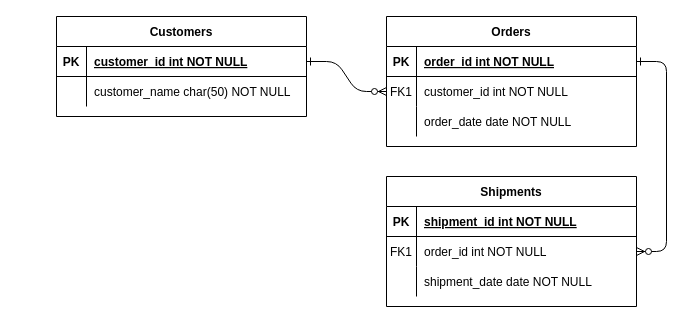
OrzCoCo-Y/AzeWHv.Form keeps this draw.io diagram as azewhv.drawio. Above is the earlier version. Source tidied: cells renumbered, new cells numbered last; positions are measured from the earlier drawing's top-left corner, leaving out a move shared by most shapes. Both pictures are drawn from the tidied source at 100%, with x=0, y=0 at pixel (56, 16).
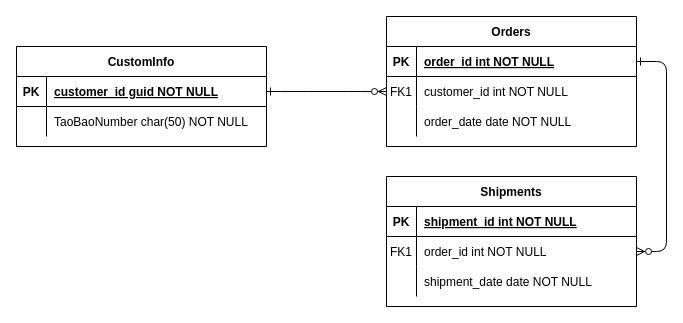
The same diagram, later.

The change refers to these unchanged cells:
```xml
<mxCell id="25" style="shape=partialRectangle;fillColor=none;points=[[0,0.5],[1,0.5]];portConstraint=eastwest;top=0;left=0;right=0;bottom=1;" parent="24" vertex="1">
  <mxGeometry y="30" width="250" height="30" as="geometry" />
</mxCell>
<mxCell id="28" style="shape=partialRectangle;fillColor=none;top=0;left=0;right=0;bottom=0;" parent="24" vertex="1">
  <mxGeometry y="60" width="250" height="30" as="geometry" />
</mxCell>
```

What changed in the source:
```diff
@@
-    <mxCell id="24" value="Customers" style="shape=table;startSize=30;childLayout=tableLayout;rowLines=0;fontStyle=1;align=center;" parent="1" vertex="1">
-      <mxGeometry width="250" height="100" as="geometry" />
+    <mxCell id="24" value="CustomInfo" style="shape=table;startSize=30;childLayout=tableLayout;rowLines=0;fontStyle=1;align=center;" parent="1" vertex="1">
+      <mxGeometry x="-40" y="30" width="250" height="100" as="geometry" />
     </mxCell>
@@
-    <mxCell id="27" value="customer_id int NOT NULL " style="shape=partialRectangle;overflow=hidden;fillColor=none;top=0;left=0;bottom=0;right=0;align=left;spacingLeft=6;fontStyle=5;" parent="25" vertex="1">
+    <mxCell id="27" value="customer_id guid NOT NULL " style="shape=partialRectangle;overflow=hidden;fillColor=none;top=0;left=0;bottom=0;right=0;align=left;spacingLeft=6;fontStyle=5;" parent="25" vertex="1">
       <mxGeometry x="30" width="220" height="30" as="geometry" />
     </mxCell>
@@
-    <mxCell id="30" value="customer_name char(50) NOT NULL" style="shape=partialRectangle;overflow=hidden;fillColor=none;top=0;left=0;bottom=0;right=0;align=left;spacingLeft=6;" parent="28" vertex="1">
+    <mxCell id="30" value="TaoBaoNumber char(50) NOT NULL" style="shape=partialRectangle;overflow=hidden;fillColor=none;top=0;left=0;bottom=0;right=0;align=left;spacingLeft=6;" parent="28" vertex="1">
       <mxGeometry x="30" width="220" height="30" as="geometry" />
     </mxCell>
```
